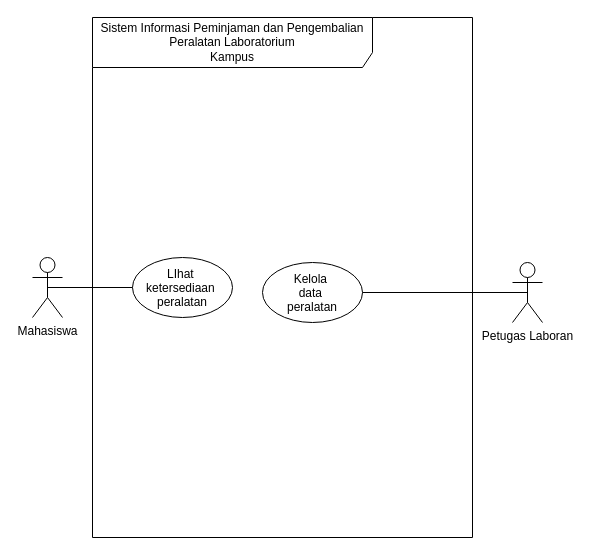
LilCasyaa/IFRWP5149_2406123_LabAlat keeps this draw.io diagram as 03_latihan_tools/P02/LAB/P02_2406123_LAB_notasi_usecase_v01.drawio. Above is the earlier version. Source tidied: cells renumbered, new cells numbered last; positions are measured from the earlier drawing's top-left corner, leaving out a move shared by most shapes. Both pictures are drawn from the tidied source at 100%, with x=0, y=0 at pixel (32, 17).
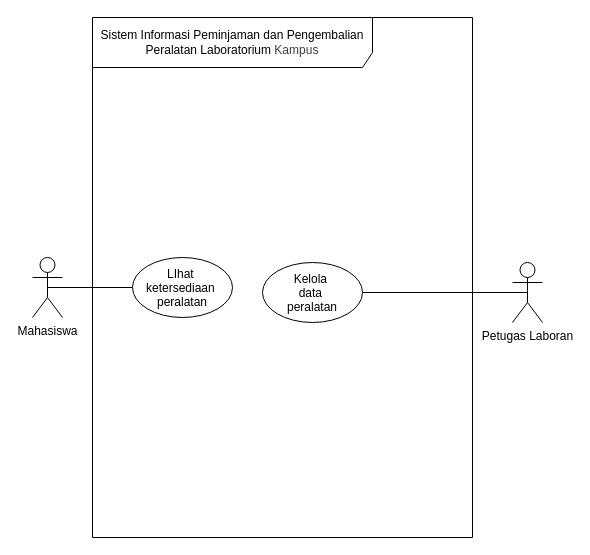
The same page after the edit.

What changed in the source:
```diff
@@
 <mxGraphModel>
   <root>
     <mxCell id="0" />
     <mxCell id="1" parent="0" />
-    <mxCell id="2" value="&lt;div style=&quot;&quot;&gt;&lt;span style=&quot;background-color: transparent;&quot;&gt;Sistem Informasi Peminjaman dan Pengembalian Peralatan Laboratorium&lt;/span&gt;&lt;/div&gt;&lt;div style=&quot;&quot;&gt;&lt;span style=&quot;background-color: transparent;&quot;&gt;Kampus&lt;/span&gt;&lt;/div&gt;" style="shape=umlFrame;whiteSpace=wrap;html=1;width=280;height=50;align=center;" parent="1" vertex="1">
+    <mxCell id="2" value="&lt;div style=&quot;&quot;&gt;&lt;span style=&quot;background-color: transparent;&quot;&gt;Sistem Informasi Peminjaman dan Pengembalian Peralatan Laboratorium&amp;nbsp;&lt;/span&gt;&lt;span style=&quot;background-color: transparent; color: rgb(63, 63, 63);&quot;&gt;Kampus&lt;/span&gt;&lt;/div&gt;" style="shape=umlFrame;whiteSpace=wrap;html=1;width=280;height=50;align=center;" parent="1" vertex="1">
       <mxGeometry x="60" width="380" height="520" as="geometry" />
     </mxCell>
     <mxCell id="3" value="LIhat &#10;ketersediaan &#10;peralatan" style="ellipse;" parent="2" vertex="1">
       <mxGeometry x="40" y="240" width="100" height="60" as="geometry" />
     </mxCell>
     <mxCell id="4" value="Kelola &#10;data &#10;peralatan" style="ellipse;" parent="2" vertex="1">
       <mxGeometry x="170" y="245" width="100" height="60" as="geometry" />
     </mxCell>
     <mxCell id="5" style="edgeStyle=none;html=1;exitX=0.5;exitY=0.5;exitDx=0;exitDy=0;exitPerimeter=0;entryX=0;entryY=0.5;entryDx=0;entryDy=0;endArrow=none;endFill=0;" parent="1" edge="1" source="6" target="3">
       <mxGeometry relative="1" as="geometry" />
     </mxCell>
     <mxCell id="6" value="Mahasiswa" style="shape=umlActor;verticalLabelPosition=bottom;verticalAlign=top;html=1;" parent="1" vertex="1">
       <mxGeometry y="240" width="30" height="60" as="geometry" />
     </mxCell>
     <mxCell id="7" style="edgeStyle=none;html=1;exitX=0.5;exitY=0.5;exitDx=0;exitDy=0;exitPerimeter=0;entryX=1;entryY=0.5;entryDx=0;entryDy=0;endArrow=none;endFill=0;" parent="1" edge="1" source="8" target="4">
       <mxGeometry relative="1" as="geometry" />
     </mxCell>
     <mxCell id="8" value="Petugas Laboran" style="shape=umlActor;verticalLabelPosition=bottom;verticalAlign=top;html=1;" parent="1" vertex="1">
       <mxGeometry x="480" y="245" width="30" height="60" as="geometry" />
     </mxCell>
   </root>
 </mxGraphModel>
```
